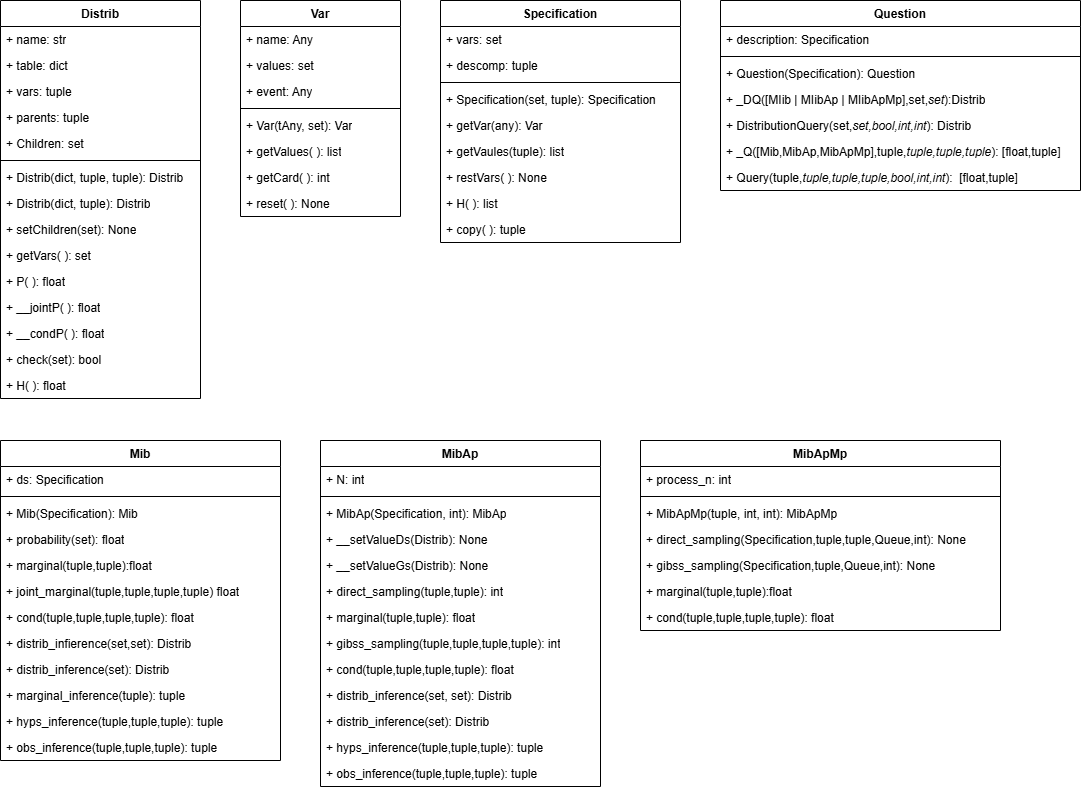
The draw.io diagram Imagenes/Diagrama de trabajo.png in robertorys/Tesis, before a commit. Source tidied: cells renumbered, new cells last; positions are measured from the earlier drawing's top-left corner, leaving out a move shared by most shapes.
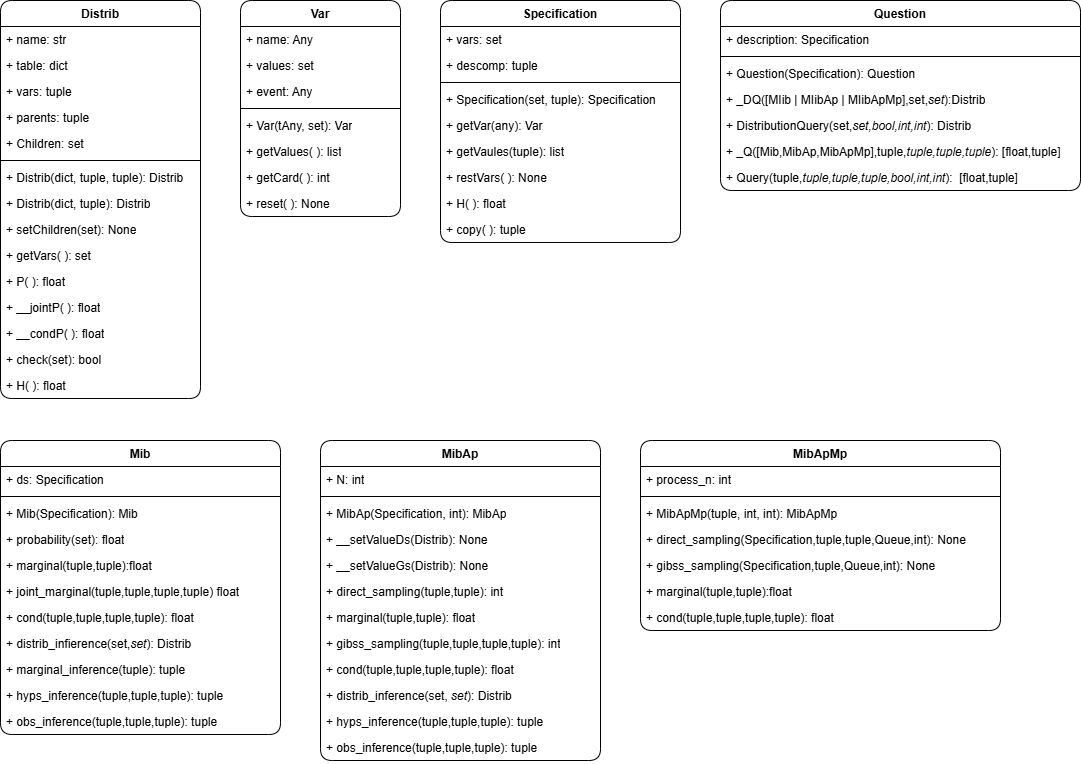
Above is the later version.

What changed in the source:
```diff
@@ -2,7 +2,7 @@
   <root>
     <mxCell id="0" />
     <mxCell id="1" parent="0" />
-    <mxCell id="2" value="Distrib" style="swimlane;fontStyle=1;align=center;verticalAlign=top;horizontal=1;startSize=26;whiteSpace=wrap;html=1;" parent="1" vertex="1">
+    <mxCell id="2" value="Distrib" style="swimlane;fontStyle=1;align=center;verticalAlign=top;horizontal=1;startSize=26;whiteSpace=wrap;html=1;rounded=1;" parent="1" vertex="1">
       <mxGeometry width="200" height="398" as="geometry" />
     </mxCell>
     <mxCell id="3" value="+ name: str" style="text;strokeColor=none;fillColor=none;align=left;verticalAlign=top;spacingLeft=4;spacingRight=4;overflow=hidden;whiteSpace=wrap;html=1;" parent="2" vertex="1">
@@ -50,7 +50,7 @@
     <mxCell id="17" value="+ H( ): float" style="text;strokeColor=none;fillColor=none;align=left;verticalAlign=top;spacingLeft=4;spacingRight=4;overflow=hidden;whiteSpace=wrap;html=1;" parent="2" vertex="1">
       <mxGeometry y="372" width="200" height="26" as="geometry" />
     </mxCell>
-    <mxCell id="18" value="Var" style="swimlane;fontStyle=1;align=center;verticalAlign=top;horizontal=1;startSize=26;whiteSpace=wrap;html=1;" parent="1" vertex="1">
+    <mxCell id="18" value="Var" style="swimlane;fontStyle=1;align=center;verticalAlign=top;horizontal=1;startSize=26;whiteSpace=wrap;html=1;rounded=1;" parent="1" vertex="1">
       <mxGeometry x="240" width="160" height="216" as="geometry" />
     </mxCell>
     <mxCell id="19" value="+ name: Any&lt;div&gt;&lt;br&gt;&lt;/div&gt;" style="text;strokeColor=none;fillColor=none;align=left;verticalAlign=top;spacingLeft=4;spacingRight=4;overflow=hidden;whiteSpace=wrap;html=1;" parent="18" vertex="1">
@@ -77,7 +77,7 @@
     <mxCell id="26" value="+ reset( ): None" style="text;strokeColor=none;fillColor=none;align=left;verticalAlign=top;spacingLeft=4;spacingRight=4;overflow=hidden;whiteSpace=wrap;html=1;" parent="18" vertex="1">
       <mxGeometry y="190" width="160" height="26" as="geometry" />
     </mxCell>
-    <mxCell id="27" value="Specification" style="swimlane;fontStyle=1;align=center;verticalAlign=top;horizontal=1;startSize=26;whiteSpace=wrap;html=1;" parent="1" vertex="1">
+    <mxCell id="27" value="Specification" style="swimlane;fontStyle=1;align=center;verticalAlign=top;horizontal=1;startSize=26;whiteSpace=wrap;html=1;rounded=1;" parent="1" vertex="1">
       <mxGeometry x="440" width="240" height="242" as="geometry" />
     </mxCell>
     <mxCell id="28" value="+ vars: set" style="text;strokeColor=none;fillColor=none;align=left;verticalAlign=top;spacingLeft=4;spacingRight=4;overflow=hidden;whiteSpace=wrap;html=1;" parent="27" vertex="1">
@@ -101,13 +101,13 @@
     <mxCell id="34" value="+ restVars( ): None" style="text;strokeColor=none;fillColor=none;align=left;verticalAlign=top;spacingLeft=4;spacingRight=4;overflow=hidden;whiteSpace=wrap;html=1;" parent="27" vertex="1">
       <mxGeometry y="164" width="240" height="26" as="geometry" />
     </mxCell>
-    <mxCell id="35" value="+ H( ): list" style="text;strokeColor=none;fillColor=none;align=left;verticalAlign=top;spacingLeft=4;spacingRight=4;overflow=hidden;whiteSpace=wrap;html=1;" parent="27" vertex="1">
+    <mxCell id="35" value="+ H( ): float" style="text;strokeColor=none;fillColor=none;align=left;verticalAlign=top;spacingLeft=4;spacingRight=4;overflow=hidden;whiteSpace=wrap;html=1;" parent="27" vertex="1">
       <mxGeometry y="190" width="240" height="26" as="geometry" />
     </mxCell>
     <mxCell id="36" value="+ copy( ): tuple" style="text;strokeColor=none;fillColor=none;align=left;verticalAlign=top;spacingLeft=4;spacingRight=4;overflow=hidden;whiteSpace=wrap;html=1;" parent="27" vertex="1">
       <mxGeometry y="216" width="240" height="26" as="geometry" />
     </mxCell>
-    <mxCell id="37" value="Question" style="swimlane;fontStyle=1;align=center;verticalAlign=top;horizontal=1;startSize=26;whiteSpace=wrap;html=1;" parent="1" vertex="1">
+    <mxCell id="37" value="Question" style="swimlane;fontStyle=1;align=center;verticalAlign=top;horizontal=1;startSize=26;whiteSpace=wrap;html=1;rounded=1;" parent="1" vertex="1">
       <mxGeometry x="720" width="360" height="190" as="geometry" />
     </mxCell>
     <mxCell id="38" value="+ description: Specification" style="text;strokeColor=none;fillColor=none;align=left;verticalAlign=top;spacingLeft=4;spacingRight=4;overflow=hidden;whiteSpace=wrap;html=1;" parent="37" vertex="1">
@@ -131,8 +131,8 @@
     <mxCell id="44" value="+ Query(tuple,&lt;i&gt;tuple,tuple,tuple,bool,int,int&lt;/i&gt;):&amp;nbsp;&amp;nbsp;[float,tuple]" style="text;strokeColor=none;fillColor=none;align=left;verticalAlign=top;spacingLeft=4;spacingRight=4;overflow=hidden;whiteSpace=wrap;html=1;" parent="37" vertex="1">
       <mxGeometry y="164" width="360" height="26" as="geometry" />
     </mxCell>
-    <mxCell id="45" value="Mib" style="swimlane;fontStyle=1;align=center;verticalAlign=top;horizontal=1;startSize=26;whiteSpace=wrap;html=1;" parent="1" vertex="1">
-      <mxGeometry y="440" width="280" height="320" as="geometry" />
+    <mxCell id="45" value="Mib" style="swimlane;fontStyle=1;align=center;verticalAlign=top;horizontal=1;startSize=26;whiteSpace=wrap;html=1;rounded=1;" parent="1" vertex="1">
+      <mxGeometry y="440" width="280" height="294" as="geometry" />
     </mxCell>
     <mxCell id="46" value="+ ds: Specification" style="text;strokeColor=none;fillColor=none;align=left;verticalAlign=top;spacingLeft=4;spacingRight=4;overflow=hidden;whiteSpace=wrap;html=1;" parent="45" vertex="1">
       <mxGeometry y="26" width="280" height="26" as="geometry" />
@@ -155,23 +155,20 @@
     <mxCell id="52" value="+ cond(tuple,tuple,tuple,tuple): float" style="text;strokeColor=none;fillColor=none;align=left;verticalAlign=top;spacingLeft=4;spacingRight=4;overflow=hidden;whiteSpace=wrap;html=1;" parent="45" vertex="1">
       <mxGeometry y="164" width="280" height="26" as="geometry" />
     </mxCell>
-    <mxCell id="53" value="+ distrib_infierence(set,set): Distrib" style="text;strokeColor=none;fillColor=none;align=left;verticalAlign=top;spacingLeft=4;spacingRight=4;overflow=hidden;whiteSpace=wrap;html=1;" parent="45" vertex="1">
+    <mxCell id="53" value="+ distrib_infierence(set,&lt;i&gt;set&lt;/i&gt;): Distrib" style="text;strokeColor=none;fillColor=none;align=left;verticalAlign=top;spacingLeft=4;spacingRight=4;overflow=hidden;whiteSpace=wrap;html=1;" parent="45" vertex="1">
       <mxGeometry y="190" width="280" height="26" as="geometry" />
     </mxCell>
-    <mxCell id="54" value="+ distrib_inference(set): Distrib" style="text;strokeColor=none;fillColor=none;align=left;verticalAlign=top;spacingLeft=4;spacingRight=4;overflow=hidden;whiteSpace=wrap;html=1;" parent="45" vertex="1">
-      <mxGeometry y="216" width="280" height="26" as="geometry" />
-    </mxCell>
     <mxCell id="55" value="+ marginal_inference(tuple): tuple" style="text;strokeColor=none;fillColor=none;align=left;verticalAlign=top;spacingLeft=4;spacingRight=4;overflow=hidden;whiteSpace=wrap;html=1;" parent="45" vertex="1">
-      <mxGeometry y="242" width="280" height="26" as="geometry" />
+      <mxGeometry y="216" width="280" height="26" as="geometry" />
     </mxCell>
     <mxCell id="56" value="+ hyps_inference(tuple,tuple,tuple): tuple" style="text;strokeColor=none;fillColor=none;align=left;verticalAlign=top;spacingLeft=4;spacingRight=4;overflow=hidden;whiteSpace=wrap;html=1;" parent="45" vertex="1">
-      <mxGeometry y="268" width="280" height="26" as="geometry" />
+      <mxGeometry y="242" width="280" height="26" as="geometry" />
     </mxCell>
     <mxCell id="57" value="+ obs_inference(tuple,tuple,tuple): tuple" style="text;strokeColor=none;fillColor=none;align=left;verticalAlign=top;spacingLeft=4;spacingRight=4;overflow=hidden;whiteSpace=wrap;html=1;" parent="45" vertex="1">
-      <mxGeometry y="294" width="280" height="26" as="geometry" />
+      <mxGeometry y="268" width="280" height="26" as="geometry" />
     </mxCell>
-    <mxCell id="58" value="MibAp" style="swimlane;fontStyle=1;align=center;verticalAlign=top;horizontal=1;startSize=26;whiteSpace=wrap;html=1;" parent="1" vertex="1">
-      <mxGeometry x="320" y="440" width="280" height="346" as="geometry" />
+    <mxCell id="58" value="MibAp" style="swimlane;fontStyle=1;align=center;verticalAlign=top;horizontal=1;startSize=26;whiteSpace=wrap;html=1;rounded=1;" parent="1" vertex="1">
+      <mxGeometry x="320" y="440" width="280" height="320" as="geometry" />
     </mxCell>
     <mxCell id="59" value="+ N: int" style="text;strokeColor=none;fillColor=none;align=left;verticalAlign=top;spacingLeft=4;spacingRight=4;overflow=hidden;whiteSpace=wrap;html=1;" parent="58" vertex="1">
       <mxGeometry y="26" width="280" height="26" as="geometry" />
@@ -200,19 +197,16 @@
     <mxCell id="67" value="+ cond(tuple,tuple,tuple,tuple): float" style="text;strokeColor=none;fillColor=none;align=left;verticalAlign=top;spacingLeft=4;spacingRight=4;overflow=hidden;whiteSpace=wrap;html=1;" parent="58" vertex="1">
       <mxGeometry y="216" width="280" height="26" as="geometry" />
     </mxCell>
-    <mxCell id="68" value="+ distrib_inference(set, set): Distrib" style="text;strokeColor=none;fillColor=none;align=left;verticalAlign=top;spacingLeft=4;spacingRight=4;overflow=hidden;whiteSpace=wrap;html=1;" parent="58" vertex="1">
+    <mxCell id="68" value="+ distrib_inference(set, &lt;i&gt;set&lt;/i&gt;): Distrib" style="text;strokeColor=none;fillColor=none;align=left;verticalAlign=top;spacingLeft=4;spacingRight=4;overflow=hidden;whiteSpace=wrap;html=1;" parent="58" vertex="1">
       <mxGeometry y="242" width="280" height="26" as="geometry" />
     </mxCell>
-    <mxCell id="69" value="+ distrib_inference(set): Distrib" style="text;strokeColor=none;fillColor=none;align=left;verticalAlign=top;spacingLeft=4;spacingRight=4;overflow=hidden;whiteSpace=wrap;html=1;" parent="58" vertex="1">
-      <mxGeometry y="268" width="280" height="26" as="geometry" />
-    </mxCell>
     <mxCell id="70" value="+ hyps_inference(tuple,tuple,tuple): tuple" style="text;strokeColor=none;fillColor=none;align=left;verticalAlign=top;spacingLeft=4;spacingRight=4;overflow=hidden;whiteSpace=wrap;html=1;" parent="58" vertex="1">
-      <mxGeometry y="294" width="280" height="26" as="geometry" />
+      <mxGeometry y="268" width="280" height="26" as="geometry" />
     </mxCell>
     <mxCell id="71" value="+ obs_inference(tuple,tuple,tuple): tuple" style="text;strokeColor=none;fillColor=none;align=left;verticalAlign=top;spacingLeft=4;spacingRight=4;overflow=hidden;whiteSpace=wrap;html=1;" parent="58" vertex="1">
-      <mxGeometry y="320" width="280" height="26" as="geometry" />
+      <mxGeometry y="294" width="280" height="26" as="geometry" />
     </mxCell>
-    <mxCell id="72" value="MibApMp" style="swimlane;fontStyle=1;align=center;verticalAlign=top;horizontal=1;startSize=26;whiteSpace=wrap;html=1;" parent="1" vertex="1">
+    <mxCell id="72" value="MibApMp" style="swimlane;fontStyle=1;align=center;verticalAlign=top;horizontal=1;startSize=26;whiteSpace=wrap;html=1;rounded=1;" parent="1" vertex="1">
       <mxGeometry x="640" y="440" width="360" height="190" as="geometry" />
     </mxCell>
     <mxCell id="73" value="+ process_n: int" style="text;strokeColor=none;fillColor=none;align=left;verticalAlign=top;spacingLeft=4;spacingRight=4;overflow=hidden;whiteSpace=wrap;html=1;" parent="72" vertex="1">
```
